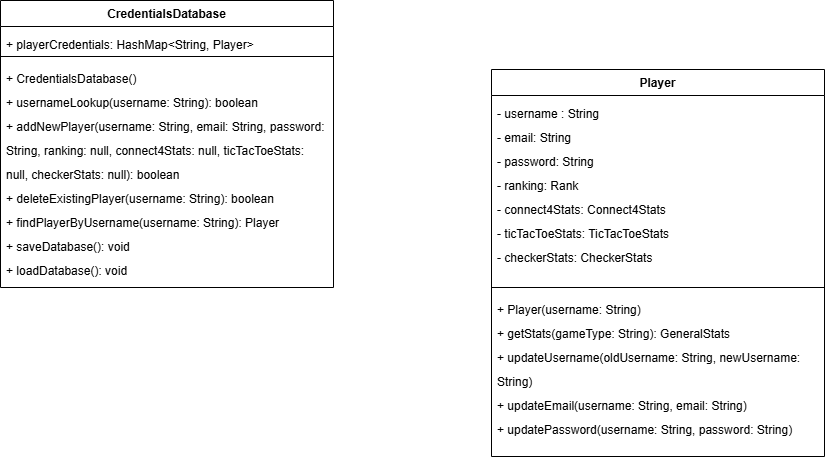
The draw.io diagram ClassStructureAuthentication.drawio.png in farshadislam/Socketed-Multigame-GUI, before a commit. Source tidied: cells renumbered, new cells last; positions are measured from the earlier drawing's top-left corner, leaving out a move shared by most shapes.
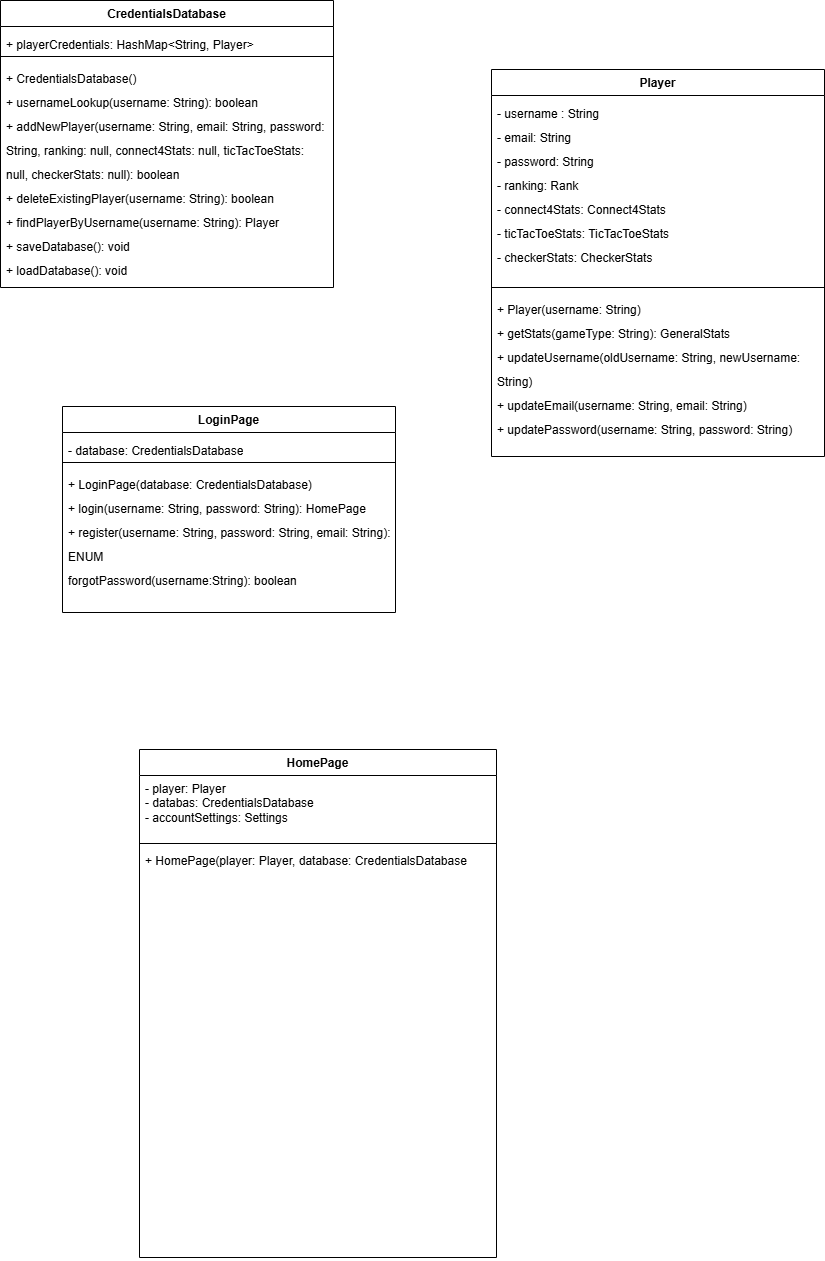
The same file after the commit.

Commit message:
updated structure diagram, added login page class

Change to the diagram source:
```diff
@@ -26,5 +26,29 @@
     <mxCell id="9" value="&lt;div style=&quot;line-height: 200%;&quot;&gt;+ Player(username: String)&lt;div&gt;&lt;div&gt;&lt;/div&gt;&lt;/div&gt;&lt;/div&gt;&lt;div style=&quot;line-height: 200%;&quot;&gt;+ getStats(gameType: String): GeneralStats&lt;/div&gt;&lt;div style=&quot;line-height: 200%;&quot;&gt;+ updateUsername(oldUsername: String, newUsername: String)&lt;/div&gt;&lt;div style=&quot;line-height: 200%;&quot;&gt;+ updateEmail(username: String, email: String)&lt;/div&gt;&lt;div style=&quot;line-height: 200%;&quot;&gt;+ updatePassword(username: String, password: String)&lt;/div&gt;" style="text;strokeColor=none;fillColor=none;align=left;verticalAlign=top;spacingLeft=4;spacingRight=4;overflow=hidden;whiteSpace=wrap;html=1;spacingTop=0;spacingBottom=0;" parent="6" vertex="1">
       <mxGeometry y="222" width="333" height="165" as="geometry" />
     </mxCell>
+    <mxCell id="10" value="LoginPage" style="swimlane;fontStyle=1;align=center;verticalAlign=top;horizontal=1;startSize=26;whiteSpace=wrap;html=1;" parent="1" vertex="1">
+      <mxGeometry x="62" y="406" width="333" height="206" as="geometry" />
+    </mxCell>
+    <mxCell id="11" value="&lt;div style=&quot;line-height: 200%;&quot;&gt;- database: CredentialsDatabase&lt;/div&gt;" style="text;strokeColor=none;fillColor=none;align=left;verticalAlign=top;spacingLeft=4;spacingRight=4;overflow=hidden;whiteSpace=wrap;html=1;" parent="10" vertex="1">
+      <mxGeometry y="26" width="333" height="26" as="geometry" />
+    </mxCell>
+    <mxCell id="12" style="line;strokeWidth=1;fillColor=none;align=left;verticalAlign=middle;spacingTop=-1;spacingLeft=3;spacingRight=3;labelPosition=right;strokeColor=inherit;" parent="10" vertex="1">
+      <mxGeometry y="52" width="333" height="8" as="geometry" />
+    </mxCell>
+    <mxCell id="13" value="&lt;div style=&quot;line-height: 200%;&quot;&gt;+ LoginPage(database: CredentialsDatabase)&lt;br&gt;&lt;div&gt;&lt;div&gt;&lt;/div&gt;&lt;/div&gt;&lt;/div&gt;&lt;div style=&quot;line-height: 200%;&quot;&gt;+ login(username: String, password: String): HomePage&lt;/div&gt;&lt;div style=&quot;line-height: 200%;&quot;&gt;+ register(username: String, password: String, email: String): ENUM&lt;/div&gt;&lt;div style=&quot;line-height: 200%;&quot;&gt;forgotPassword(username:String): boolean&lt;/div&gt;" style="text;strokeColor=none;fillColor=none;align=left;verticalAlign=top;spacingLeft=4;spacingRight=4;overflow=hidden;whiteSpace=wrap;html=1;spacingTop=0;spacingBottom=0;" parent="10" vertex="1">
+      <mxGeometry y="60" width="333" height="146" as="geometry" />
+    </mxCell>
+    <mxCell id="14" value="HomePage" style="swimlane;fontStyle=1;align=center;verticalAlign=top;horizontal=1;startSize=26;whiteSpace=wrap;html=1;" parent="1" vertex="1">
+      <mxGeometry x="139" y="749" width="357" height="508" as="geometry" />
+    </mxCell>
+    <mxCell id="15" value="- player: Player&lt;div&gt;- databas: CredentialsDatabase&lt;/div&gt;&lt;div&gt;- accountSettings: Settings&lt;/div&gt;&lt;div&gt;&lt;br&gt;&lt;/div&gt;" style="text;strokeColor=none;fillColor=none;align=left;verticalAlign=top;spacingLeft=4;spacingRight=4;overflow=hidden;whiteSpace=wrap;html=1;" parent="14" vertex="1">
+      <mxGeometry y="26" width="357" height="64" as="geometry" />
+    </mxCell>
+    <mxCell id="16" style="line;strokeWidth=1;fillColor=none;align=left;verticalAlign=middle;spacingTop=-1;spacingLeft=3;spacingRight=3;labelPosition=right;strokeColor=inherit;" parent="14" vertex="1">
+      <mxGeometry y="90" width="357" height="8" as="geometry" />
+    </mxCell>
+    <mxCell id="17" value="+ HomePage(player: Player, database: CredentialsDatabase" style="text;strokeColor=none;fillColor=none;align=left;verticalAlign=top;spacingLeft=4;spacingRight=4;overflow=hidden;whiteSpace=wrap;html=1;" parent="14" vertex="1">
+      <mxGeometry y="98" width="357" height="410" as="geometry" />
+    </mxCell>
   </root>
 </mxGraphModel>
```
